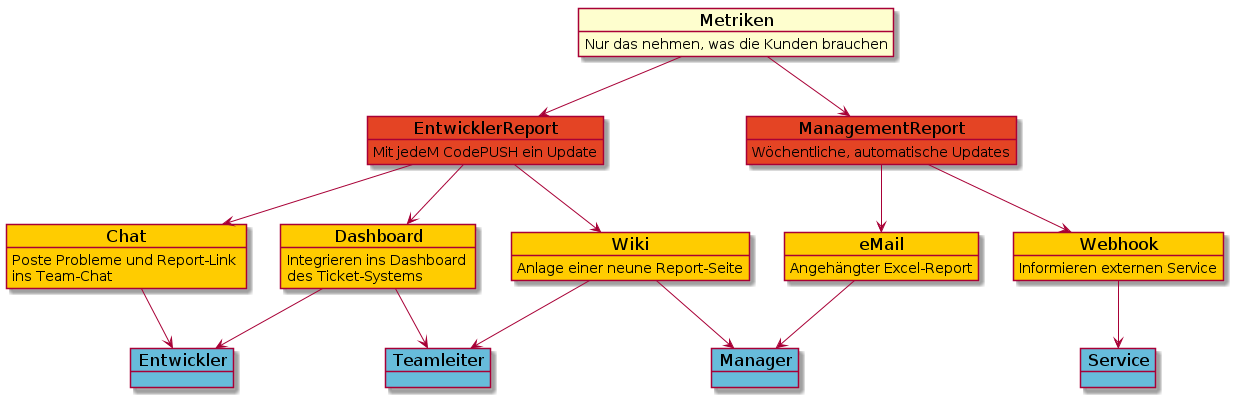
Above: _images/plantuml-c79c5a81f232423f120beaf3f3de5ab3631ebaeb.png in useblocks/presentations (PlantUML), before the change.
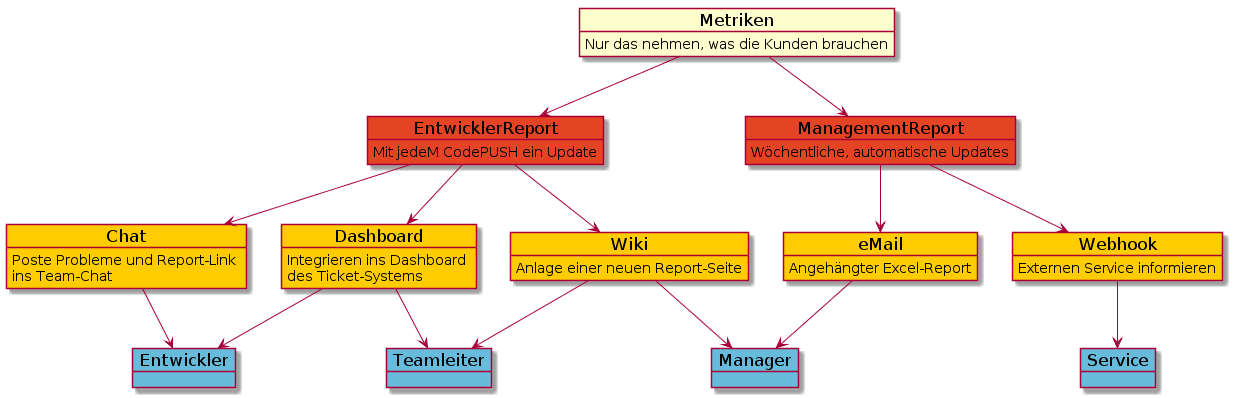
Above is the later version.

Change to the diagram source:
```diff
@@ -35,7 +35,7 @@
 }
 
 object Wiki #FFCC00 {
-Anlage einer neune Report-Seite
+Anlage einer neuen Report-Seite
 }
 
 object Dashboard #FFCC00 {
@@ -47,7 +47,7 @@
 }
 
 object Webhook #FFCC00 {
-Informieren externen Service
+Externen Service informieren
 }
 
 object Entwickler #67BCDB
```
